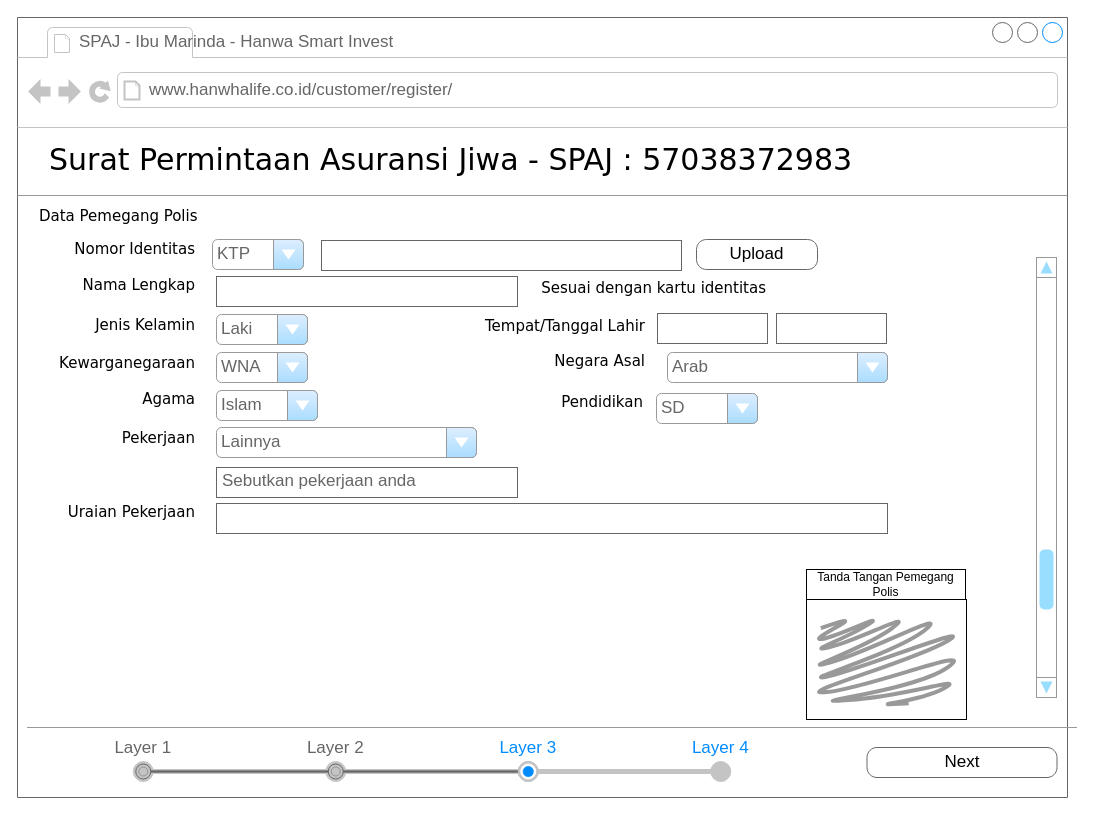
Earlier version of the draw.io diagram page "ESUBMISSION" (4 of 18) of CustomerInvitation.drawio (gustianom/hanwhaiso). Source tidied: cells renumbered, new cells numbered last; positions are measured from the earlier drawing's top-left corner, leaving out a move shared by most shapes. Both pictures are drawn from the tidied source at 100%, with x=0, y=0 at pixel (17, 17).
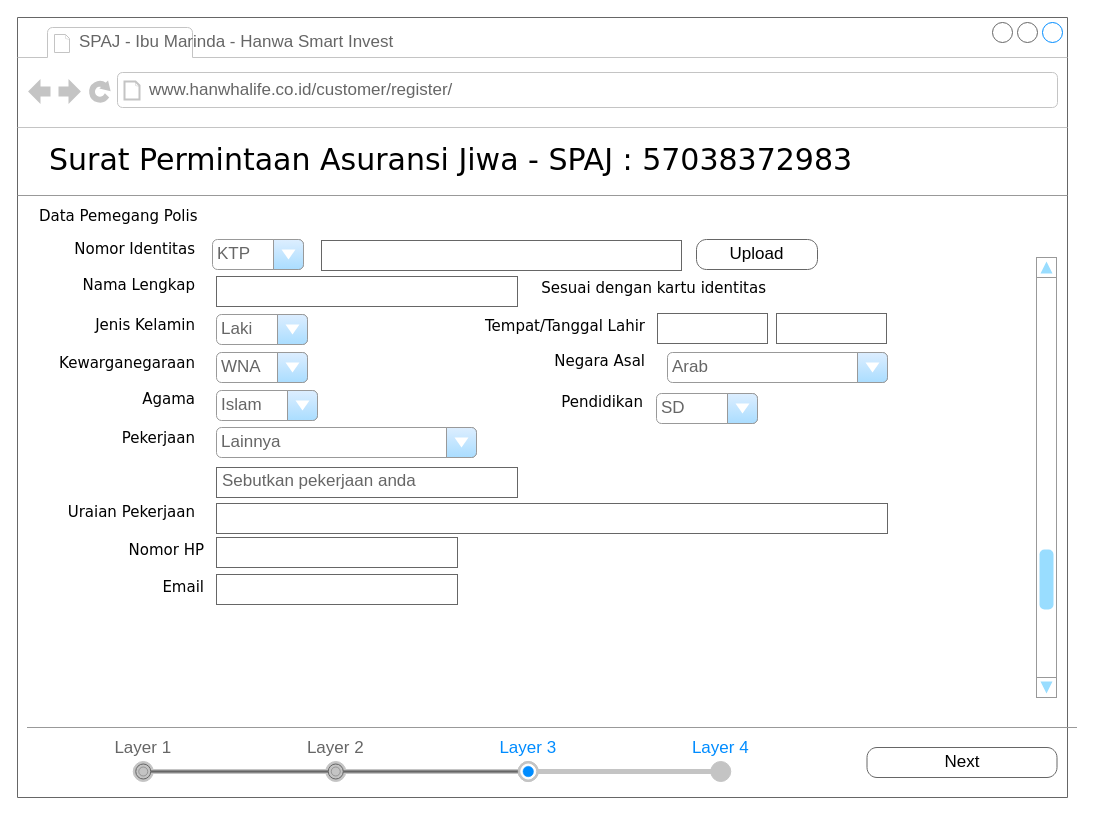
After the change.

The change refers to these unchanged cells:
```xml
<mxCell id="2" style="strokeWidth=1;shadow=0;dashed=0;align=center;html=1;shape=mxgraph.mockup.containers.browserWindow;rSize=0;strokeColor=#666666;mainText=,;rounded=0;labelBackgroundColor=none;fontFamily=Verdana;fontSize=12;" parent="1" vertex="1">
  <mxGeometry width="1050" height="780" as="geometry" />
</mxCell>
```

Diff of the diagram source:
```diff
@@
-    <mxCell id="33" style="group;" parent="2" vertex="1">
-      <mxGeometry x="789" y="552" width="160" height="150" as="geometry" />
-    </mxCell>
-    <mxCell id="34" value="Tanda Tangan Pemegang Polis" style="rounded=0;whiteSpace=wrap;html=1;align=center;" parent="33" vertex="1">
-      <mxGeometry width="159" height="30" as="geometry" />
-    </mxCell>
-    <mxCell id="35" style="rounded=0;whiteSpace=wrap;html=1;align=center;" parent="33" vertex="1">
-      <mxGeometry y="30" width="160" height="120" as="geometry" />
-    </mxCell>
-    <mxCell id="36" style="shape=mxgraph.mockup.markup.scratchOut;shadow=0;dashed=0;html=1;strokeColor=#999999;strokeWidth=4;align=center;" parent="33" vertex="1">
-      <mxGeometry x="9" y="50" width="141" height="90" as="geometry" />
-    </mxCell>
+    <mxCell id="41" value="Nomor HP" style="text;html=1;align=right;verticalAlign=top;spacingTop=-4;fontSize=15;fontFamily=Verdana;" parent="2" vertex="1">
+      <mxGeometry x="18" y="521" width="170" height="36" as="geometry" />
+    </mxCell>
+    <mxCell id="42" value="&amp;nbsp;" style="strokeWidth=1;shadow=0;dashed=0;align=center;html=1;shape=mxgraph.mockup.text.textBox;fontColor=#666666;align=left;fontSize=17;spacingLeft=4;spacingTop=-3;strokeColor=#666666;mainText=;" parent="2" vertex="1">
+      <mxGeometry x="199" y="520" width="241" height="30" as="geometry" />
+    </mxCell>
+    <mxCell id="43" value="Email" style="text;html=1;align=right;verticalAlign=top;spacingTop=-4;fontSize=15;fontFamily=Verdana;" parent="2" vertex="1">
+      <mxGeometry x="18" y="558" width="170" height="36" as="geometry" />
+    </mxCell>
+    <mxCell id="44" value="&amp;nbsp;" style="strokeWidth=1;shadow=0;dashed=0;align=center;html=1;shape=mxgraph.mockup.text.textBox;fontColor=#666666;align=left;fontSize=17;spacingLeft=4;spacingTop=-3;strokeColor=#666666;mainText=;" parent="2" vertex="1">
+      <mxGeometry x="199" y="557" width="241" height="30" as="geometry" />
+    </mxCell>
```
